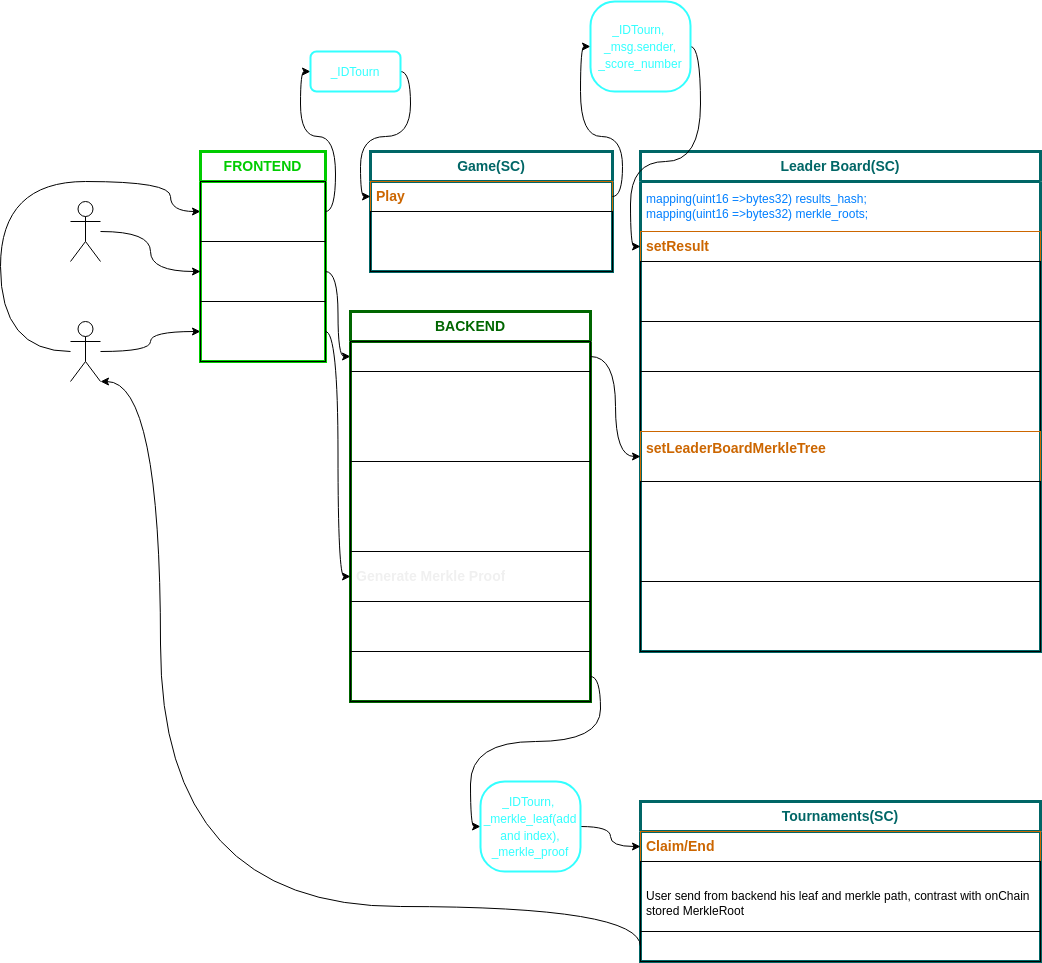
Above: GameFlowSchema.drawio.png in TFM-Torneos-Blockchain/scaffoldVersion (draw.io), before the change. Source tidied: cells renumbered, new cells last; positions are measured from the earlier drawing's top-left corner, leaving out a move shared by most shapes.
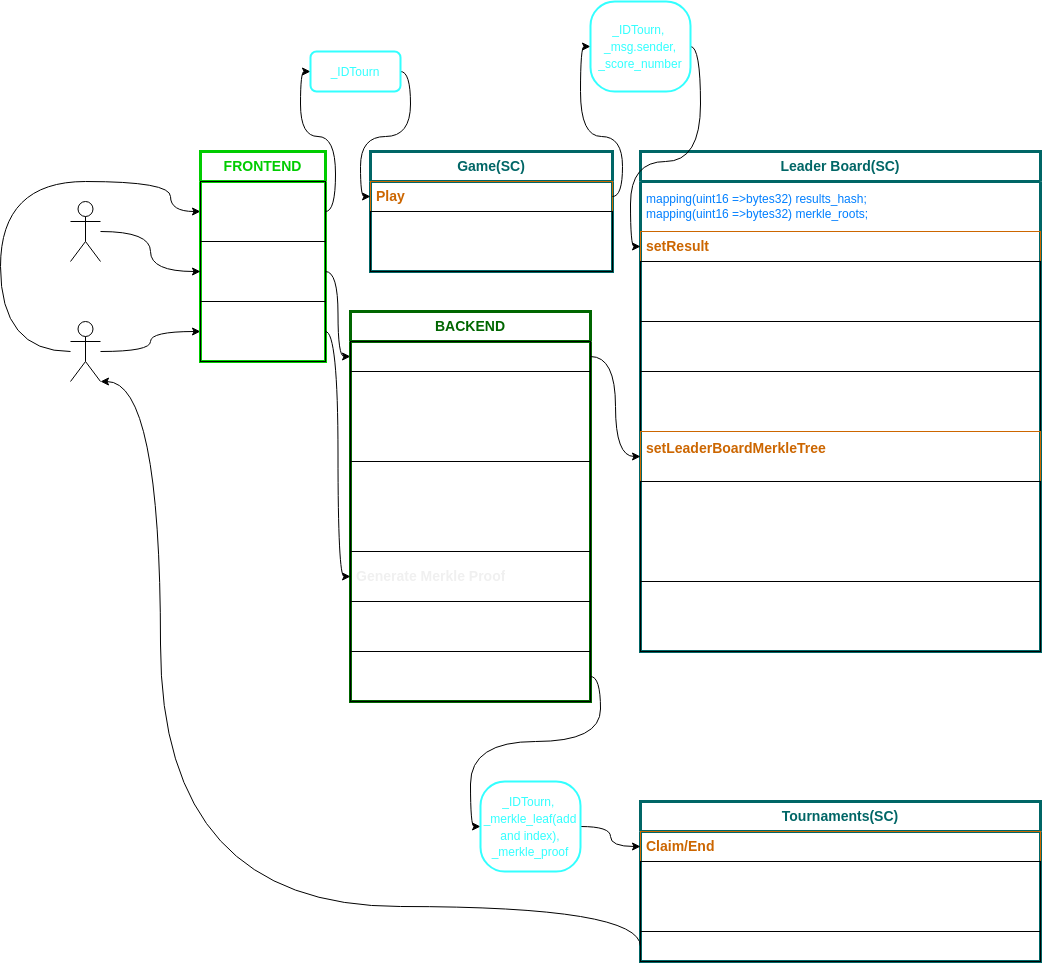
After the commit.

Commit message:
Schema colors

The edit, as a diff of the source:
```diff
@@ -126,7 +126,7 @@
     <mxCell id="40" value="&lt;b&gt;&lt;font color=&quot;#cc6600&quot; style=&quot;font-size: 14px;&quot;&gt;Claim/End&lt;/font&gt;&lt;/b&gt;" style="text;strokeColor=#CC6600;fillColor=none;align=left;verticalAlign=middle;spacingLeft=4;spacingRight=4;overflow=hidden;points=[[0,0.5],[1,0.5]];portConstraint=eastwest;whiteSpace=wrap;html=1;strokeWidth=1;" parent="39" vertex="1">
       <mxGeometry y="30" width="400" height="30" as="geometry" />
     </mxCell>
-    <mxCell id="41" value="&lt;font color=&quot;#ffffff&quot;&gt;VERIFY: Check merkle proof is valid, therfore check player position.&lt;br&gt;&lt;/font&gt;User send from backend his leaf and merkle path, contrast with onChain stored MerkleRoot&lt;font color=&quot;#ffffff&quot;&gt;&lt;br&gt;&lt;/font&gt;" style="text;strokeColor=default;fillColor=none;align=left;verticalAlign=middle;spacingLeft=4;spacingRight=4;overflow=hidden;whiteSpace=wrap;html=1;" parent="39" vertex="1">
+    <mxCell id="41" value="&lt;font color=&quot;#ffffff&quot;&gt;VERIFY: Check merkle proof is valid, therfore check player position.&lt;br&gt;User send from backend his leaf and merkle path, contrast with onChain stored MerkleRoot&lt;br&gt;&lt;/font&gt;" style="text;strokeColor=default;fillColor=none;align=left;verticalAlign=middle;spacingLeft=4;spacingRight=4;overflow=hidden;whiteSpace=wrap;html=1;" parent="39" vertex="1">
       <mxGeometry y="60" width="400" height="70" as="geometry" />
     </mxCell>
     <mxCell id="42" value="&lt;font color=&quot;#ffffff&quot;&gt;allow to claim user invested+reward&lt;/font&gt;" style="text;strokeColor=default;fillColor=none;align=left;verticalAlign=middle;spacingLeft=4;spacingRight=4;overflow=hidden;points=[[0,0.5],[1,0.5]];portConstraint=eastwest;whiteSpace=wrap;html=1;" parent="39" vertex="1">
```
